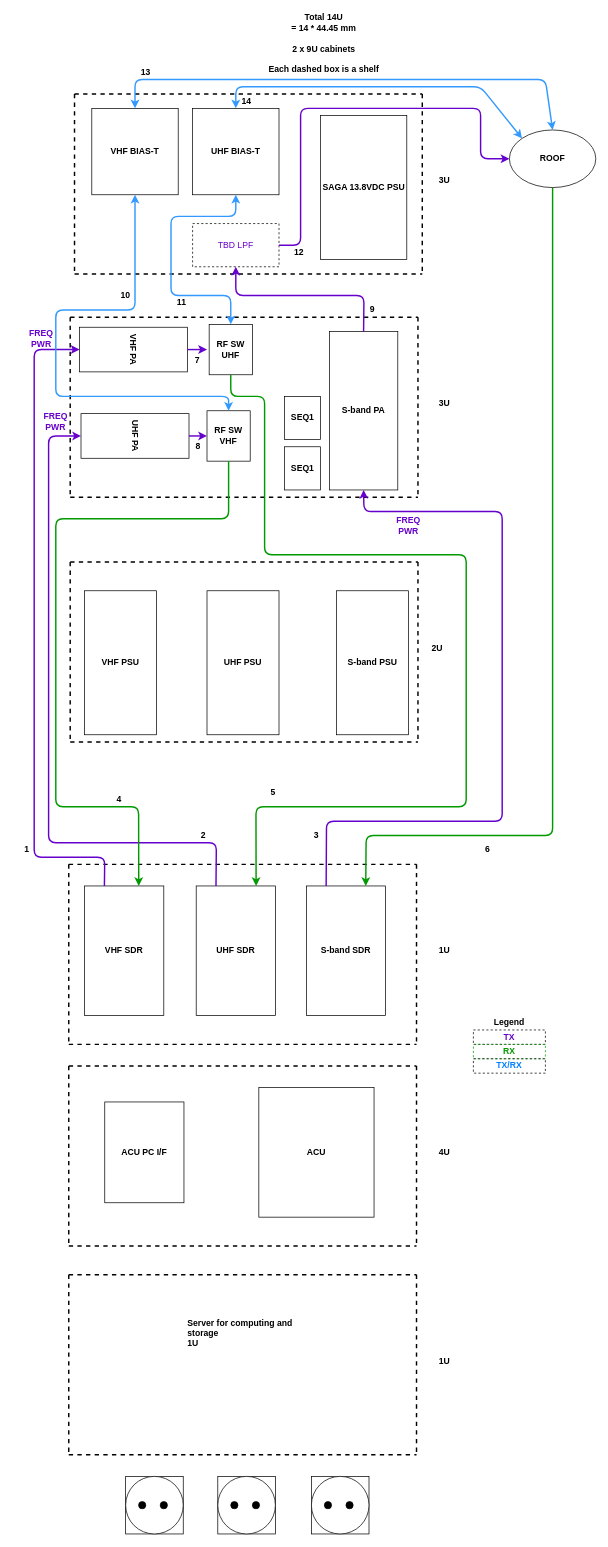
The draw.io diagram design-diagrams/19-inch-design_rfcables.drawio in melfvelin/kirunags, before the edit. Source tidied: cells renumbered, new cells numbered last; positions are measured from the earlier drawing's top-left corner, leaving out a move shared by most shapes. Both pictures are drawn from the tidied source at 72%, with x=0, y=0 at pixel (12, 36).
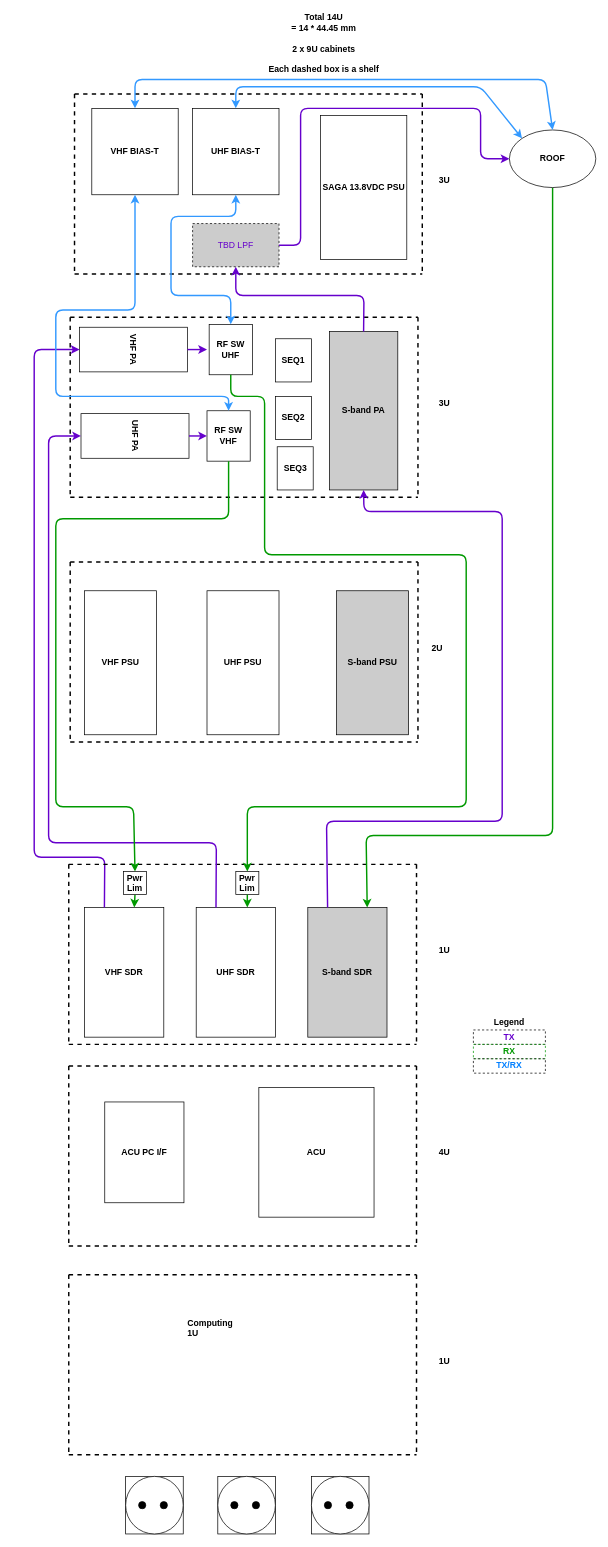
Above is the later version.

Commit message (it also covers changes not shown here):
added design diagrams

The change refers to these unchanged cells:
```xml
<mxCell id="18" value="RF SW&lt;br&gt;UHF" style="rounded=0;whiteSpace=wrap;html=1;rotation=0;fontStyle=1;" parent="1" vertex="1">
  <mxGeometry x="273" y="400" width="60" height="70" as="geometry" />
</mxCell>
<mxCell id="23" value="RF SW&lt;br&gt;VHF" style="rounded=0;whiteSpace=wrap;html=1;rotation=0;fontStyle=1;" parent="1" vertex="1">
  <mxGeometry x="270" y="520" width="60" height="70" as="geometry" />
</mxCell>
```

The edit, as a diff of the source:
```diff
@@
-    <mxCell id="8" value="S-band PSU" style="rounded=0;whiteSpace=wrap;html=1;fontStyle=1;" parent="1" vertex="1">
+    <mxCell id="8" value="S-band PSU" style="rounded=0;whiteSpace=wrap;html=1;fontStyle=1;fillColor=#CCCCCC;" parent="1" vertex="1">
       <mxGeometry x="450" y="770" width="100" height="200" as="geometry" />
     </mxCell>
@@
-    <mxCell id="15" value="S-band PA" style="rounded=0;whiteSpace=wrap;html=1;fontStyle=1;" parent="1" vertex="1">
+    <mxCell id="15" value="S-band PA" style="rounded=0;whiteSpace=wrap;html=1;fontStyle=1;fillColor=#CCCCCC;" parent="1" vertex="1">
       <mxGeometry x="440" y="410" width="95" height="220" as="geometry" />
     </mxCell>
@@
     <mxCell id="27" value="SEQ1" style="rounded=0;whiteSpace=wrap;html=1;fillColor=#FFFFFF;fontStyle=1;" parent="1" vertex="1">
-      <mxGeometry x="377.5" y="500" width="50" height="60" as="geometry" />
+      <mxGeometry x="365" y="420" width="50" height="60" as="geometry" />
     </mxCell>
-    <mxCell id="28" value="SEQ1" style="rounded=0;whiteSpace=wrap;html=1;fillColor=#FFFFFF;fontStyle=1;" parent="1" vertex="1">
-      <mxGeometry x="377.5" y="570" width="50" height="60" as="geometry" />
+    <mxCell id="28" value="SEQ2" style="rounded=0;whiteSpace=wrap;html=1;fillColor=#FFFFFF;fontStyle=1;" parent="1" vertex="1">
+      <mxGeometry x="365" y="500" width="50" height="60" as="geometry" />
     </mxCell>
@@
-    <mxCell id="30" style="endArrow=none;dashed=1;html=1;strokeWidth=2;fontStyle=1;" parent="1" edge="1">
+    <mxCell id="30" style="endArrow=none;dashed=1;html=1;strokeWidth=2;fontStyle=1;startArrow=none;" parent="1" edge="1">
       <mxGeometry relative="1" as="geometry">
-        <mxPoint x="78" y="1150" as="sourcePoint" />
+        <mxPoint x="150" y="1150" as="sourcePoint" />
         <mxPoint x="561" y="1150" as="targetPoint" />
       </mxGeometry>
     </mxCell>
@@
-    <mxCell id="38" value="Server for computing and storage&lt;br&gt;1U" style="text;html=1;strokeColor=none;fillColor=none;spacing=5;spacingTop=-20;whiteSpace=wrap;overflow=hidden;rounded=0;fontStyle=1;" parent="1" vertex="1">
+    <mxCell id="38" value="&lt;div&gt;Computing&lt;/div&gt;&lt;div&gt;1U&lt;/div&gt;" style="text;html=1;strokeColor=none;fillColor=none;spacing=5;spacingTop=-20;whiteSpace=wrap;overflow=hidden;rounded=0;fontStyle=1;" parent="1" vertex="1">
       <mxGeometry x="238" y="1790" width="190" height="120" as="geometry" />
     </mxCell>
     <mxCell id="39" value="VHF SDR" style="rounded=0;whiteSpace=wrap;html=1;fillColor=#FFFFFF;fontStyle=1;" parent="1" vertex="1">
-      <mxGeometry x="100" y="1180" width="110" height="180" as="geometry" />
+      <mxGeometry x="100" y="1210" width="110" height="180" as="geometry" />
     </mxCell>
     <mxCell id="40" value="UHF SDR" style="rounded=0;whiteSpace=wrap;html=1;fillColor=#FFFFFF;fontStyle=1;" parent="1" vertex="1">
-      <mxGeometry x="255" y="1180" width="110" height="180" as="geometry" />
+      <mxGeometry x="255" y="1210" width="110" height="180" as="geometry" />
     </mxCell>
-    <mxCell id="41" value="S-band SDR" style="rounded=0;whiteSpace=wrap;html=1;fillColor=#FFFFFF;fontStyle=1;" parent="1" vertex="1">
-      <mxGeometry x="408" y="1180" width="110" height="180" as="geometry" />
+    <mxCell id="41" value="S-band SDR" style="rounded=0;whiteSpace=wrap;html=1;fontStyle=1;fillColor=#CCCCCC;" parent="1" vertex="1">
+      <mxGeometry x="410" y="1210" width="110" height="180" as="geometry" />
     </mxCell>
@@
-    <mxCell id="65" value="&lt;div&gt;FREQ&lt;/div&gt;&lt;div&gt;PWR&lt;br&gt;&lt;/div&gt;" style="text;html=1;strokeColor=none;fillColor=none;align=center;verticalAlign=middle;whiteSpace=wrap;rounded=0;fontStyle=1;fontColor=#6600CC;" parent="1" vertex="1">
-      <mxGeometry x="510" y="670" width="80" height="20" as="geometry" />
-    </mxCell>
@@
-    <mxCell id="70" value="&lt;div&gt;FREQ&lt;/div&gt;&lt;div&gt;PWR&lt;br&gt;&lt;/div&gt;" style="text;html=1;strokeColor=none;fillColor=none;align=center;verticalAlign=middle;whiteSpace=wrap;rounded=0;fontStyle=1;fontColor=#6600CC;" parent="1" vertex="1">
-      <mxGeometry x="20" y="500" width="80" height="70" as="geometry" />
-    </mxCell>
-    <mxCell id="71" value="&lt;div&gt;FREQ&lt;/div&gt;&lt;div&gt;PWR&lt;br&gt;&lt;/div&gt;" style="text;html=1;strokeColor=none;fillColor=none;align=center;verticalAlign=middle;whiteSpace=wrap;rounded=0;fontStyle=1;fontColor=#6600CC;" parent="1" vertex="1">
-      <mxGeometry y="410" width="80" height="20" as="geometry" />
-    </mxCell>
-    <mxCell id="72" style="endArrow=classic;html=1;strokeWidth=2;entryX=0.75;entryY=0;entryDx=0;entryDy=0;exitX=0.5;exitY=1;exitDx=0;exitDy=0;strokeColor=#009900;" parent="1" edge="1" source="18">
+    <mxCell id="72" style="endArrow=classic;html=1;strokeWidth=2;exitX=0.5;exitY=1;exitDx=0;exitDy=0;strokeColor=#009900;entryX=0.5;entryY=0;entryDx=0;entryDy=0;" parent="1" edge="1" source="18" target="101">
       <mxGeometry relative="1" as="geometry">
-        <mxPoint x="338.2" y="1180" as="targetPoint" />
         <Array as="points">
           <mxPoint x="303" y="500" />
           <mxPoint x="350" y="500" />
           <mxPoint x="350" y="720" />
           <mxPoint x="630" y="720" />
           <mxPoint x="630" y="1070" />
-          <mxPoint x="338" y="1070" />
+          <mxPoint x="326" y="1070" />
         </Array>
       </mxGeometry>
     </mxCell>
-    <mxCell id="73" style="endArrow=classic;html=1;strokeWidth=2;entryX=0.75;entryY=0;entryDx=0;entryDy=0;exitX=0.5;exitY=1;exitDx=0;exitDy=0;strokeColor=#009900;" parent="1" edge="1" source="23">
+    <mxCell id="73" style="endArrow=classic;html=1;strokeWidth=2;exitX=0.5;exitY=1;exitDx=0;exitDy=0;strokeColor=#009900;entryX=0.5;entryY=0;entryDx=0;entryDy=0;" parent="1" edge="1" source="23" target="104">
       <mxGeometry relative="1" as="geometry">
-        <mxPoint x="175.2" y="1180" as="targetPoint" />
         <Array as="points">
           <mxPoint x="300" y="670" />
           <mxPoint x="60" y="670" />
           <mxPoint x="60" y="1070" />
-          <mxPoint x="175" y="1070" />
+          <mxPoint x="168" y="1070" />
         </Array>
       </mxGeometry>
     </mxCell>
@@
-    <mxCell id="77" value="TBD LPF" style="rounded=0;whiteSpace=wrap;html=1;fontColor=#6600CC;dashed=1;" parent="1" vertex="1">
+    <mxCell id="77" value="TBD LPF" style="rounded=0;whiteSpace=wrap;html=1;fontColor=#6600CC;dashed=1;fillColor=#CCCCCC;" parent="1" vertex="1">
       <mxGeometry x="250" y="260" width="120" height="60" as="geometry" />
     </mxCell>
@@
-    <mxCell id="83" value="1" style="text;html=1;strokeColor=none;fillColor=none;align=center;verticalAlign=middle;whiteSpace=wrap;rounded=0;dashed=1;fontStyle=1;" parent="1" vertex="1">
-      <mxGeometry y="1120" width="40" height="20" as="geometry" />
-    </mxCell>
-    <mxCell id="84" value="2" style="text;html=1;strokeColor=none;fillColor=none;align=center;verticalAlign=middle;whiteSpace=wrap;rounded=0;dashed=1;fontStyle=1;" parent="1" vertex="1">
-      <mxGeometry x="245" y="1100" width="40" height="20" as="geometry" />
-    </mxCell>
-    <mxCell id="85" value="3" style="text;html=1;strokeColor=none;fillColor=none;align=center;verticalAlign=middle;whiteSpace=wrap;rounded=0;dashed=1;fontStyle=1;" parent="1" vertex="1">
-      <mxGeometry x="402" y="1100" width="40" height="20" as="geometry" />
-    </mxCell>
-    <mxCell id="86" value="4" style="text;html=1;strokeColor=none;fillColor=none;align=center;verticalAlign=middle;whiteSpace=wrap;rounded=0;dashed=1;fontStyle=1;" parent="1" vertex="1">
-      <mxGeometry x="128" y="1050" width="40" height="20" as="geometry" />
-    </mxCell>
-    <mxCell id="87" value="5" style="text;html=1;strokeColor=none;fillColor=none;align=center;verticalAlign=middle;whiteSpace=wrap;rounded=0;dashed=1;fontStyle=1;" parent="1" vertex="1">
-      <mxGeometry x="342" y="1040" width="40" height="20" as="geometry" />
-    </mxCell>
-    <mxCell id="88" value="6" style="text;html=1;strokeColor=none;fillColor=none;align=center;verticalAlign=middle;whiteSpace=wrap;rounded=0;dashed=1;fontStyle=1;" parent="1" vertex="1">
-      <mxGeometry x="640" y="1120" width="40" height="20" as="geometry" />
-    </mxCell>
-    <mxCell id="89" value="7" style="text;html=1;strokeColor=none;fillColor=none;align=center;verticalAlign=middle;whiteSpace=wrap;rounded=0;dashed=1;fontStyle=1;" parent="1" vertex="1">
-      <mxGeometry x="237" y="440" width="40" height="20" as="geometry" />
-    </mxCell>
-    <mxCell id="90" value="8" style="text;html=1;strokeColor=none;fillColor=none;align=center;verticalAlign=middle;whiteSpace=wrap;rounded=0;dashed=1;fontStyle=1;" parent="1" vertex="1">
-      <mxGeometry x="238" y="560" width="40" height="20" as="geometry" />
-    </mxCell>
-    <mxCell id="91" value="9" style="text;html=1;strokeColor=none;fillColor=none;align=center;verticalAlign=middle;whiteSpace=wrap;rounded=0;dashed=1;fontStyle=1;" parent="1" vertex="1">
-      <mxGeometry x="480" y="370" width="40" height="20" as="geometry" />
-    </mxCell>
-    <mxCell id="92" value="10" style="text;html=1;strokeColor=none;fillColor=none;align=center;verticalAlign=middle;whiteSpace=wrap;rounded=0;dashed=1;fontStyle=1;" parent="1" vertex="1">
-      <mxGeometry x="137" y="350" width="40" height="20" as="geometry" />
-    </mxCell>
-    <mxCell id="93" value="11" style="text;html=1;strokeColor=none;fillColor=none;align=center;verticalAlign=middle;whiteSpace=wrap;rounded=0;dashed=1;fontStyle=1;" parent="1" vertex="1">
-      <mxGeometry x="215" y="360" width="40" height="20" as="geometry" />
-    </mxCell>
-    <mxCell id="94" value="12" style="text;html=1;strokeColor=none;fillColor=none;align=center;verticalAlign=middle;whiteSpace=wrap;rounded=0;dashed=1;fontStyle=1;" parent="1" vertex="1">
-      <mxGeometry x="377.5" y="290" width="40" height="20" as="geometry" />
-    </mxCell>
-    <mxCell id="95" value="13" style="text;html=1;strokeColor=none;fillColor=none;align=center;verticalAlign=middle;whiteSpace=wrap;rounded=0;dashed=1;fontStyle=1;" parent="1" vertex="1">
-      <mxGeometry x="165" y="40" width="40" height="20" as="geometry" />
-    </mxCell>
-    <mxCell id="96" value="14" style="text;html=1;strokeColor=none;fillColor=none;align=center;verticalAlign=middle;whiteSpace=wrap;rounded=0;dashed=1;fontStyle=1;" parent="1" vertex="1">
-      <mxGeometry x="305" y="80" width="40" height="20" as="geometry" />
-    </mxCell>
@@
+    <mxCell id="101" value="&lt;div&gt;&lt;font color=&quot;#000000&quot;&gt;Pwr&lt;/font&gt;&lt;/div&gt;&lt;div&gt;&lt;font color=&quot;#000000&quot;&gt;Lim&lt;/font&gt;&lt;/div&gt;" style="whiteSpace=wrap;html=1;fillColor=#FFFFFF;fontColor=#CC0000;fontStyle=1;" parent="1" vertex="1">
+      <mxGeometry x="310" y="1160" width="32" height="32" as="geometry" />
+    </mxCell>
+    <mxCell id="102" value="SEQ3" style="rounded=0;whiteSpace=wrap;html=1;fillColor=#FFFFFF;fontStyle=1;" parent="1" vertex="1">
+      <mxGeometry x="367.5" y="570" width="50" height="60" as="geometry" />
+    </mxCell>
+    <mxCell id="103" style="endArrow=classic;html=1;strokeWidth=2;exitX=0.5;exitY=1;exitDx=0;exitDy=0;strokeColor=#009900;" parent="1" edge="1" source="104">
+      <mxGeometry relative="1" as="geometry">
+        <mxPoint x="169" y="1210" as="targetPoint" />
+      </mxGeometry>
+    </mxCell>
+    <mxCell id="104" value="&lt;div&gt;&lt;font color=&quot;#000000&quot;&gt;Pwr&lt;/font&gt;&lt;/div&gt;&lt;div&gt;&lt;font color=&quot;#000000&quot;&gt;Lim&lt;/font&gt;&lt;/div&gt;" style="whiteSpace=wrap;html=1;fillColor=#FFFFFF;fontColor=#CC0000;fontStyle=1;" parent="1" vertex="1">
+      <mxGeometry x="154" y="1160" width="32" height="32" as="geometry" />
+    </mxCell>
+    <mxCell id="105" style="endArrow=none;dashed=1;html=1;strokeWidth=2;fontStyle=1;" parent="1" edge="1">
+      <mxGeometry relative="1" as="geometry">
+        <mxPoint x="78" y="1150" as="sourcePoint" />
+        <mxPoint x="160" y="1150" as="targetPoint" />
+      </mxGeometry>
+    </mxCell>
+    <mxCell id="106" style="endArrow=classic;html=1;strokeWidth=2;exitX=0.5;exitY=1;exitDx=0;exitDy=0;strokeColor=#009900;" parent="1" edge="1" source="101">
+      <mxGeometry relative="1" as="geometry">
+        <mxPoint x="326" y="1210" as="targetPoint" />
+      </mxGeometry>
+    </mxCell>
```
